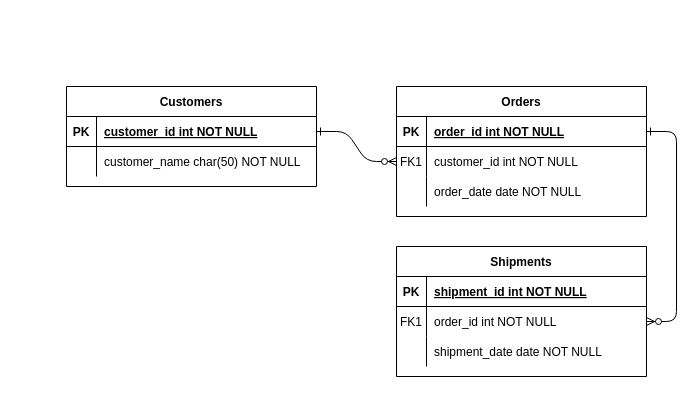
This is Untitled Diagram.drawio from carnoxen/rpg-rs, a draw.io file, before an edit. Source tidied: cells renumbered, new cells numbered last; positions are measured from the earlier drawing's top-left corner, leaving out a move shared by most shapes. Both pictures are drawn from the tidied source at 100%, with x=0, y=0 at pixel (66, 86).
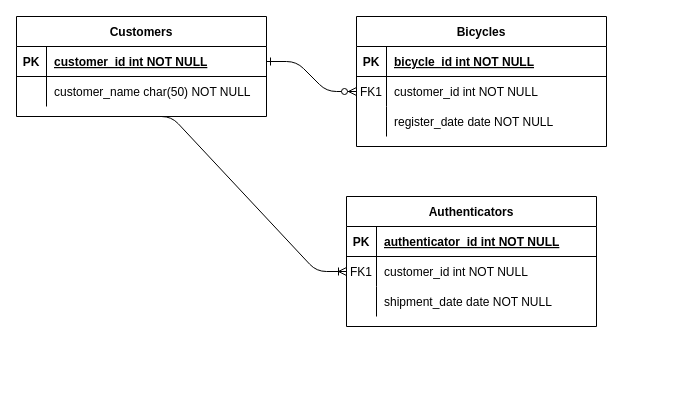
The same page after the edit.

The change refers to these unchanged cells:
```xml
<mxCell id="5" style="shape=partialRectangle;fillColor=none;points=[[0,0.5],[1,0.5]];portConstraint=eastwest;top=0;left=0;right=0;bottom=1;" parent="4" vertex="1">
  <mxGeometry y="30" width="250" height="30" as="geometry" />
</mxCell>
<mxCell id="11" style="shape=partialRectangle;fillColor=none;top=0;left=0;right=0;bottom=0;" parent="4" vertex="1">
  <mxGeometry y="90" width="250" height="30" as="geometry" />
</mxCell>
<mxCell id="15" style="shape=partialRectangle;fillColor=none;top=0;left=0;right=0;bottom=1;" parent="14" vertex="1">
  <mxGeometry y="30" width="250" height="30" as="geometry" />
</mxCell>
<mxCell id="18" style="shape=partialRectangle;fillColor=none;points=[[0,0.5],[1,0.5]];portConstraint=eastwest;top=0;left=0;right=0;bottom=0;" parent="14" vertex="1">
  <mxGeometry y="60" width="250" height="30" as="geometry" />
</mxCell>
```

Change to the diagram source:
```diff
@@
-    <mxCell id="3" style="edgeStyle=entityRelationEdgeStyle;endArrow=ERzeroToMany;startArrow=ERone;endFill=1;startFill=0;" parent="1" edge="1" source="5" target="18">
-      <mxGeometry relative="1" as="geometry" />
-    </mxCell>
-    <mxCell id="4" value="Orders" style="shape=table;startSize=30;childLayout=tableLayout;rowLines=0;fontStyle=1;align=center;" parent="1" vertex="1">
-      <mxGeometry x="330" width="250" height="130" as="geometry" />
+    <mxCell id="4" value="Bicycles" style="shape=table;startSize=30;childLayout=tableLayout;rowLines=0;fontStyle=1;align=center;" parent="1" vertex="1">
+      <mxGeometry x="290" y="-70" width="250" height="130" as="geometry" />
     </mxCell>
@@
-    <mxCell id="7" value="order_id int NOT NULL " style="shape=partialRectangle;overflow=hidden;fillColor=none;top=0;left=0;bottom=0;right=0;align=left;spacingLeft=6;fontStyle=5;" parent="5" vertex="1">
+    <mxCell id="7" value="bicycle_id int NOT NULL " style="shape=partialRectangle;overflow=hidden;fillColor=none;top=0;left=0;bottom=0;right=0;align=left;spacingLeft=6;fontStyle=5;" parent="5" vertex="1">
       <mxGeometry x="30" width="220" height="30" as="geometry" />
     </mxCell>
@@
-    <mxCell id="13" value="order_date date NOT NULL" style="shape=partialRectangle;overflow=hidden;fillColor=none;top=0;left=0;bottom=0;right=0;align=left;spacingLeft=6;" parent="11" vertex="1">
+    <mxCell id="13" value="register_date date NOT NULL" style="shape=partialRectangle;overflow=hidden;fillColor=none;top=0;left=0;bottom=0;right=0;align=left;spacingLeft=6;" parent="11" vertex="1">
       <mxGeometry x="30" width="220" height="30" as="geometry" />
     </mxCell>
-    <mxCell id="14" value="Shipments" style="shape=table;startSize=30;childLayout=tableLayout;rowLines=0;fontStyle=1;align=center;" parent="1" vertex="1">
-      <mxGeometry x="330" y="160" width="250" height="130" as="geometry" />
+    <mxCell id="14" value="Authenticators" style="shape=table;startSize=30;childLayout=tableLayout;rowLines=0;fontStyle=1;align=center;" parent="1" vertex="1">
+      <mxGeometry x="280" y="110" width="250" height="130" as="geometry" />
     </mxCell>
@@
-    <mxCell id="17" value="shipment_id int NOT NULL " style="shape=partialRectangle;overflow=hidden;fillColor=none;top=0;left=0;bottom=0;right=0;align=left;spacingLeft=6;fontStyle=5;" parent="15" vertex="1">
+    <mxCell id="17" value="authenticator_id int NOT NULL " style="shape=partialRectangle;overflow=hidden;fillColor=none;top=0;left=0;bottom=0;right=0;align=left;spacingLeft=6;fontStyle=5;" parent="15" vertex="1">
       <mxGeometry x="30" width="220" height="30" as="geometry" />
     </mxCell>
@@
-    <mxCell id="20" value="order_id int NOT NULL" style="shape=partialRectangle;overflow=hidden;fillColor=none;top=0;left=0;bottom=0;right=0;align=left;spacingLeft=6;" parent="18" vertex="1">
+    <mxCell id="20" value="customer_id int NOT NULL" style="shape=partialRectangle;overflow=hidden;fillColor=none;top=0;left=0;bottom=0;right=0;align=left;spacingLeft=6;" parent="18" vertex="1">
       <mxGeometry x="30" width="220" height="30" as="geometry" />
     </mxCell>
@@
     <mxCell id="24" value="Customers" style="shape=table;startSize=30;childLayout=tableLayout;rowLines=0;fontStyle=1;align=center;" parent="1" vertex="1">
-      <mxGeometry width="250" height="100" as="geometry" />
+      <mxGeometry x="-50" y="-70" width="250" height="100" as="geometry" />
     </mxCell>
@@
+    <mxCell id="31" style="edgeStyle=entityRelationEdgeStyle;fontSize=12;html=1;endArrow=ERoneToMany;exitX=0.5;exitY=1;exitDx=0;exitDy=0;entryX=0;entryY=0.5;entryDx=0;entryDy=0;" parent="1" edge="1" source="24" target="18">
+      <mxGeometry relative="1" as="geometry" />
+    </mxCell>
```
